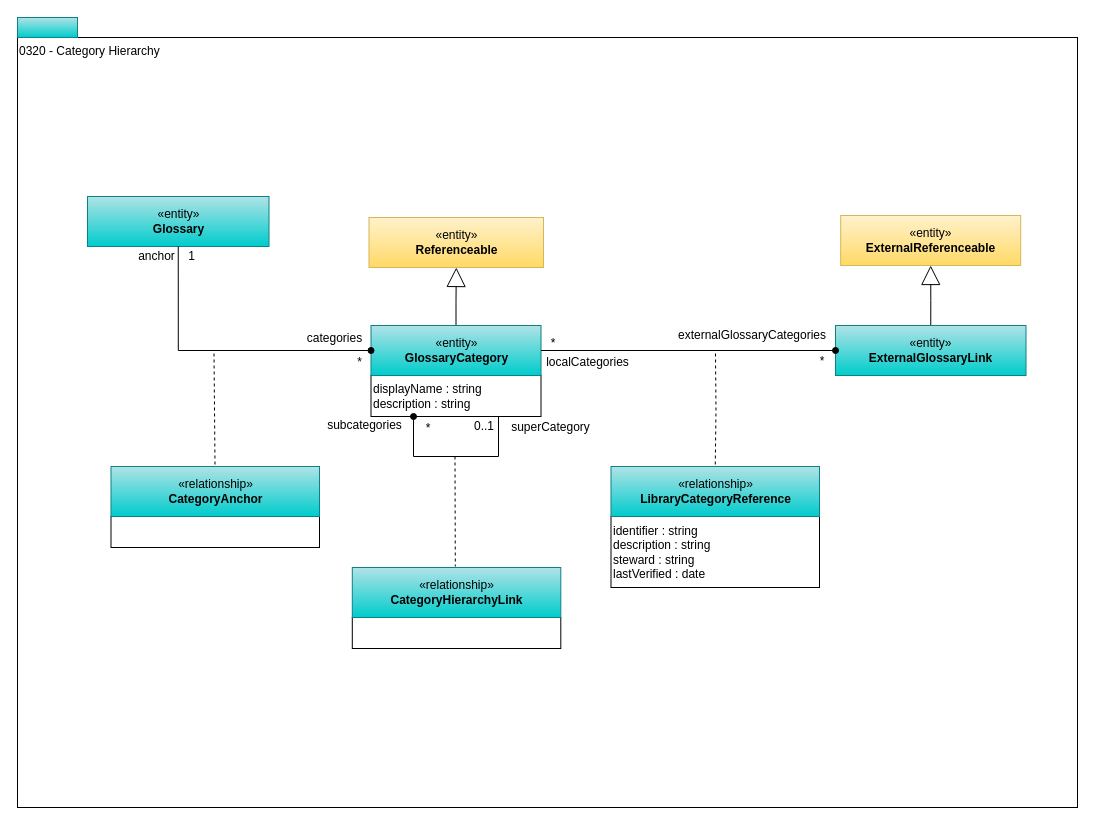
The draw.io diagram page "0320-Category-Hierarchy" (3 of 14) of site/docs/types/3/area-3-glossary.drawio in odpi/egeria-docs, before the edit. Source tidied: cells renumbered, new cells numbered last; positions are measured from the earlier drawing's top-left corner, leaving out a move shared by most shapes. Both pictures are drawn from the tidied source at 100%, with x=0, y=0 at pixel (17, 17).
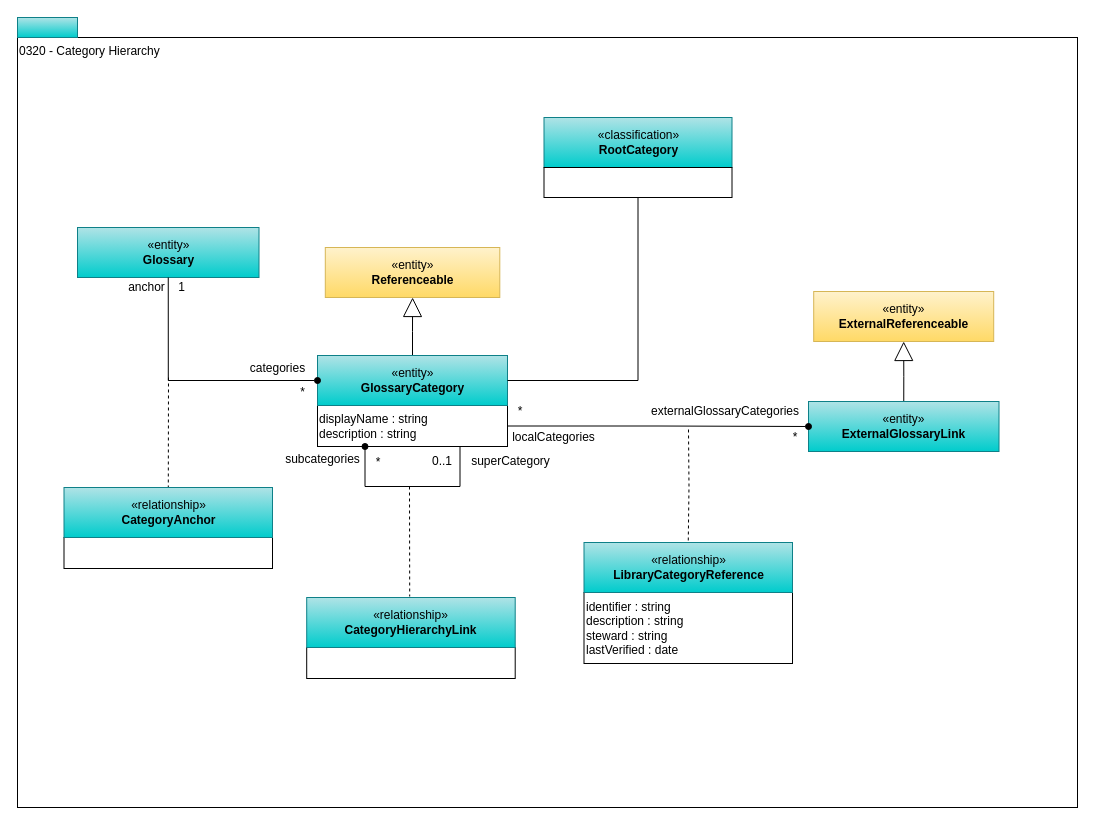
Above is the later version.

Diff of the diagram source:
```diff
@@
     <mxCell id="3" value="«entity»&lt;br&gt;&lt;b&gt;Referenceable&lt;/b&gt;" style="html=1;strokeColor=#d6b656;align=center;fillColor=#fff2cc;gradientColor=#ffd966;" parent="1" vertex="1">
-      <mxGeometry x="351.5" y="200" width="174.5" height="50" as="geometry" />
+      <mxGeometry x="307.8" y="230" width="174.5" height="50" as="geometry" />
     </mxCell>
     <mxCell id="4" value="displayName : string&lt;br&gt;description : string" style="rounded=0;whiteSpace=wrap;html=1;strokeColor=#000000;gradientColor=#ffffff;align=left;" parent="1" vertex="1">
-      <mxGeometry x="353.5" y="358" width="170" height="41" as="geometry" />
+      <mxGeometry x="300" y="388" width="190" height="41" as="geometry" />
     </mxCell>
     <mxCell id="5" value="*" style="text;html=1;strokeColor=none;fillColor=none;align=center;verticalAlign=middle;whiteSpace=wrap;rounded=0;" parent="1" vertex="1">
-      <mxGeometry x="792" y="335" width="26" height="18" as="geometry" />
+      <mxGeometry x="765" y="411" width="26" height="18" as="geometry" />
     </mxCell>
     <mxCell id="6" style="endArrow=none;dashed=1;html=1;entryX=0.5;entryY=0;entryDx=0;entryDy=0;edgeStyle=orthogonalEdgeStyle;rounded=0;" parent="1" edge="1" target="18">
       <mxGeometry relative="1" as="geometry">
-        <mxPoint x="698" y="336" as="sourcePoint" />
+        <mxPoint x="671" y="412" as="sourcePoint" />
       </mxGeometry>
     </mxCell>
     <mxCell id="7" value="identifier : string&lt;br&gt;description : string&lt;br&gt;steward : string&lt;br&gt;lastVerified : date" style="rounded=0;whiteSpace=wrap;html=1;strokeColor=#000000;gradientColor=#ffffff;align=left;" parent="1" vertex="1">
-      <mxGeometry x="593.5" y="499" width="208.5" height="71" as="geometry" />
+      <mxGeometry x="566.5" y="575" width="208.5" height="71" as="geometry" />
     </mxCell>
     <mxCell id="8" value="externalGlossaryCategories" style="text;html=1;strokeColor=none;fillColor=none;align=center;verticalAlign=middle;whiteSpace=wrap;rounded=0;" parent="1" vertex="1">
-      <mxGeometry x="666" y="308" width="137.5" height="20" as="geometry" />
+      <mxGeometry x="639" y="384" width="137.5" height="20" as="geometry" />
     </mxCell>
     <mxCell id="9" value="localCategories" style="text;html=1;strokeColor=none;fillColor=none;align=center;verticalAlign=middle;whiteSpace=wrap;rounded=0;" parent="1" vertex="1">
-      <mxGeometry x="527" y="335" width="87" height="20" as="geometry" />
+      <mxGeometry x="492.5" y="410" width="87" height="20" as="geometry" />
     </mxCell>
     <mxCell id="10" value="*" style="text;html=1;strokeColor=none;fillColor=none;align=center;verticalAlign=middle;whiteSpace=wrap;rounded=0;" parent="1" vertex="1">
-      <mxGeometry x="523" y="317" width="26" height="18" as="geometry" />
+      <mxGeometry x="490" y="385" width="26" height="18" as="geometry" />
     </mxCell>
@@
     <mxCell id="13" value="«entity»&lt;br&gt;&lt;b&gt;GlossaryCategory&lt;/b&gt;" style="html=1;strokeColor=#0e8088;align=center;fillColor=#b0e3e6;gradientColor=#00CCCC;" parent="1" vertex="1">
-      <mxGeometry x="353.5" y="308" width="170" height="50" as="geometry" />
+      <mxGeometry x="300" y="338" width="190" height="50" as="geometry" />
     </mxCell>
     <mxCell id="14" style="edgeStyle=orthogonalEdgeStyle;rounded=0;orthogonalLoop=1;jettySize=auto;html=1;exitX=0.75;exitY=1;exitDx=0;exitDy=0;endArrow=oval;endFill=1;entryX=0.25;entryY=1;entryDx=0;entryDy=0;" parent="1" edge="1" source="4" target="4">
       <mxGeometry relative="1" as="geometry">
         <Array as="points">
-          <mxPoint x="481.5" y="439" />
-          <mxPoint x="396.5" y="439" />
+          <mxPoint x="443" y="469" />
+          <mxPoint x="348" y="469" />
         </Array>
       </mxGeometry>
     </mxCell>
     <mxCell id="15" value="«entity»&lt;br&gt;&lt;b&gt;ExternalReferenceable&lt;/b&gt;" style="html=1;strokeColor=#d6b656;align=center;fillColor=#fff2cc;gradientColor=#ffd966;" parent="1" vertex="1">
-      <mxGeometry x="823.2" y="198" width="180" height="50" as="geometry" />
+      <mxGeometry x="796.2" y="274" width="180" height="50" as="geometry" />
     </mxCell>
@@
     <mxCell id="17" value="«entity»&lt;br&gt;&lt;b&gt;ExternalGlossaryLink&lt;/b&gt;" style="html=1;strokeColor=#0e8088;align=center;fillColor=#b0e3e6;gradientColor=#00CCCC;" parent="1" vertex="1">
-      <mxGeometry x="818" y="308" width="190.5" height="50" as="geometry" />
+      <mxGeometry x="791" y="384" width="190.5" height="50" as="geometry" />
     </mxCell>
     <mxCell id="18" value="«relationship»&lt;br&gt;&lt;b&gt;LibraryCategoryReference&lt;/b&gt;" style="html=1;strokeColor=#0e8088;align=center;fillColor=#b0e3e6;gradientColor=#00CCCC;" parent="1" vertex="1">
-      <mxGeometry x="593.5" y="449" width="208.5" height="50" as="geometry" />
+      <mxGeometry x="566.5" y="525" width="208.5" height="50" as="geometry" />
     </mxCell>
     <mxCell id="19" value="«entity»&lt;br&gt;&lt;b&gt;Glossary&lt;/b&gt;" style="html=1;strokeColor=#0e8088;align=center;fillColor=#b0e3e6;gradientColor=#00CCCC;" parent="1" vertex="1">
-      <mxGeometry x="70" y="179" width="181.5" height="50" as="geometry" />
+      <mxGeometry x="60" y="210" width="181.5" height="50" as="geometry" />
     </mxCell>
     <mxCell id="20" style="endArrow=none;dashed=1;html=1;" parent="1" edge="1" target="22">
       <mxGeometry relative="1" as="geometry">
-        <mxPoint x="196.5" y="336" as="sourcePoint" />
+        <mxPoint x="151" y="360" as="sourcePoint" />
       </mxGeometry>
     </mxCell>
     <mxCell id="21" style="rounded=0;whiteSpace=wrap;html=1;strokeColor=#000000;gradientColor=#ffffff;align=left;" parent="1" vertex="1">
-      <mxGeometry x="93.5" y="499" width="208.5" height="31" as="geometry" />
+      <mxGeometry x="46.5" y="520" width="208.5" height="31" as="geometry" />
     </mxCell>
     <mxCell id="22" value="«relationship»&lt;br&gt;&lt;b&gt;CategoryAnchor&lt;/b&gt;" style="html=1;strokeColor=#0e8088;align=center;fillColor=#b0e3e6;gradientColor=#00CCCC;" parent="1" vertex="1">
-      <mxGeometry x="93.5" y="449" width="208.5" height="50" as="geometry" />
+      <mxGeometry x="46.5" y="470" width="208.5" height="50" as="geometry" />
     </mxCell>
     <mxCell id="23" style="endArrow=none;dashed=1;html=1;" parent="1" edge="1">
       <mxGeometry relative="1" as="geometry">
-        <mxPoint x="437.5" y="439" as="sourcePoint" />
-        <mxPoint x="437.8" y="549" as="targetPoint" />
+        <mxPoint x="392" y="469" as="sourcePoint" />
+        <mxPoint x="392.2" y="579" as="targetPoint" />
       </mxGeometry>
     </mxCell>
     <mxCell id="24" style="rounded=0;whiteSpace=wrap;html=1;strokeColor=#000000;gradientColor=#ffffff;align=left;" parent="1" vertex="1">
-      <mxGeometry x="334.8" y="600" width="208.5" height="31" as="geometry" />
+      <mxGeometry x="289.2" y="630" width="208.5" height="31" as="geometry" />
     </mxCell>
     <mxCell id="25" value="«relationship»&lt;br&gt;&lt;b&gt;CategoryHierarchyLink&lt;/b&gt;" style="html=1;strokeColor=#0e8088;align=center;fillColor=#b0e3e6;gradientColor=#00CCCC;" parent="1" vertex="1">
-      <mxGeometry x="334.8" y="550" width="208.5" height="50" as="geometry" />
+      <mxGeometry x="289.2" y="580" width="208.5" height="50" as="geometry" />
     </mxCell>
     <mxCell id="26" value="*" style="text;html=1;strokeColor=none;fillColor=none;align=center;verticalAlign=middle;whiteSpace=wrap;rounded=0;" parent="1" vertex="1">
-      <mxGeometry x="397.5" y="402" width="26" height="18" as="geometry" />
+      <mxGeometry x="348" y="436" width="26" height="18" as="geometry" />
     </mxCell>
     <mxCell id="27" value="0..1" style="text;html=1;strokeColor=none;fillColor=none;align=center;verticalAlign=middle;whiteSpace=wrap;rounded=0;" parent="1" vertex="1">
-      <mxGeometry x="453.5" y="400" width="26" height="18" as="geometry" />
+      <mxGeometry x="412" y="435" width="26" height="18" as="geometry" />
     </mxCell>
     <mxCell id="28" value="superCategory" style="text;html=1;strokeColor=none;fillColor=none;align=center;verticalAlign=middle;whiteSpace=wrap;rounded=0;" parent="1" vertex="1">
-      <mxGeometry x="490" y="400" width="87" height="20" as="geometry" />
+      <mxGeometry x="450" y="434" width="87" height="20" as="geometry" />
     </mxCell>
     <mxCell id="29" value="anchor" style="text;html=1;align=center;verticalAlign=middle;" parent="1" vertex="1">
-      <mxGeometry x="113.5" y="229" width="50" height="20" as="geometry" />
+      <mxGeometry x="103.5" y="260" width="50" height="20" as="geometry" />
     </mxCell>
     <mxCell id="30" value="categories" style="text;html=1;align=center;verticalAlign=middle;" parent="1" vertex="1">
-      <mxGeometry x="281.5" y="311" width="70" height="20" as="geometry" />
+      <mxGeometry x="225" y="341" width="70" height="20" as="geometry" />
     </mxCell>
     <mxCell id="31" value="*" style="text;html=1;align=center;verticalAlign=middle;" parent="1" vertex="1">
-      <mxGeometry x="331.5" y="335" width="20" height="20" as="geometry" />
+      <mxGeometry x="275" y="365" width="20" height="20" as="geometry" />
     </mxCell>
     <mxCell id="32" value="1" style="text;html=1;align=center;verticalAlign=middle;" parent="1" vertex="1">
-      <mxGeometry x="163.5" y="229" width="20" height="20" as="geometry" />
+      <mxGeometry x="153.5" y="260" width="20" height="20" as="geometry" />
     </mxCell>
     <mxCell id="33" value="subcategories" style="text;html=1;align=center;verticalAlign=middle;" parent="1" vertex="1">
-      <mxGeometry x="302" y="398" width="90" height="20" as="geometry" />
+      <mxGeometry x="260" y="432" width="90" height="20" as="geometry" />
     </mxCell>
     <mxCell id="34" style="edgeStyle=orthogonalEdgeStyle;rounded=0;jettySize=auto;html=1;exitX=0.5;exitY=1;exitDx=0;exitDy=0;endArrow=oval;endFill=1;" parent="1" edge="1" source="19" target="13">
       <mxGeometry relative="1" as="geometry">
         <Array as="points">
-          <mxPoint x="160.5" y="333" />
+          <mxPoint x="150.5" y="363" />
         </Array>
       </mxGeometry>
     </mxCell>
-    <mxCell id="35" style="edgeStyle=orthogonalEdgeStyle;rounded=0;html=1;exitX=1;exitY=0.5;entryX=0;entryY=0.5;jettySize=auto;endArrow=oval;endFill=1;entryDx=0;entryDy=0;exitDx=0;exitDy=0;" parent="1" edge="1" source="13" target="17">
+    <mxCell id="35" style="edgeStyle=orthogonalEdgeStyle;rounded=0;html=1;exitX=1;exitY=0.5;entryX=0;entryY=0.5;jettySize=auto;endArrow=oval;endFill=1;entryDx=0;entryDy=0;exitDx=0;exitDy=0;" parent="1" edge="1" source="4" target="17">
       <mxGeometry relative="1" as="geometry" />
     </mxCell>
+    <mxCell id="36" style="edgeStyle=orthogonalEdgeStyle;rounded=0;jettySize=auto;html=1;exitX=1;exitY=0.5;exitDx=0;exitDy=0;entryX=0.5;entryY=1;entryDx=0;entryDy=0;endArrow=none;endFill=0;" parent="1" edge="1" source="13" target="38">
+      <mxGeometry relative="1" as="geometry" />
+    </mxCell>
+    <mxCell id="37" value="«classification»&lt;br&gt;&lt;b&gt;RootCategory&lt;/b&gt;" style="html=1;strokeColor=#0e8088;align=center;fillColor=#b0e3e6;gradientColor=#00CCCC;" parent="1" vertex="1">
+      <mxGeometry x="526.5" y="100" width="188" height="50" as="geometry" />
+    </mxCell>
+    <mxCell id="38" value="&lt;br&gt;&lt;div style=&quot;text-align: left&quot;&gt;&lt;/div&gt;" style="rounded=0;whiteSpace=wrap;html=1;strokeColor=#000000;gradientColor=#ffffff;align=left;" parent="1" vertex="1">
+      <mxGeometry x="526.5" y="150" width="188" height="30" as="geometry" />
+    </mxCell>
```
